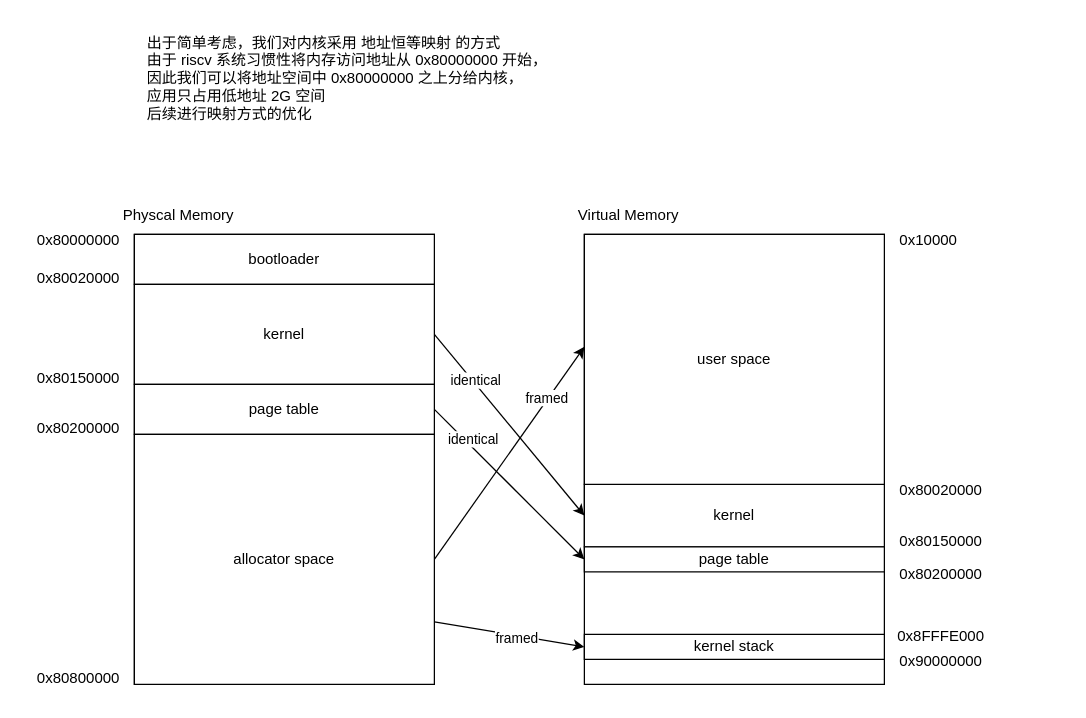
This is page "memory address" (1 of 2) of drawio/mm.drawio from croakexciting/forfun-os, a draw.io file, before an edit. Source tidied: cells renumbered, new cells numbered last; positions are measured from the earlier drawing's top-left corner, leaving out a move shared by most shapes. Both pictures are drawn from the tidied source at 125%, with x=0, y=0 at pixel (21, 21).
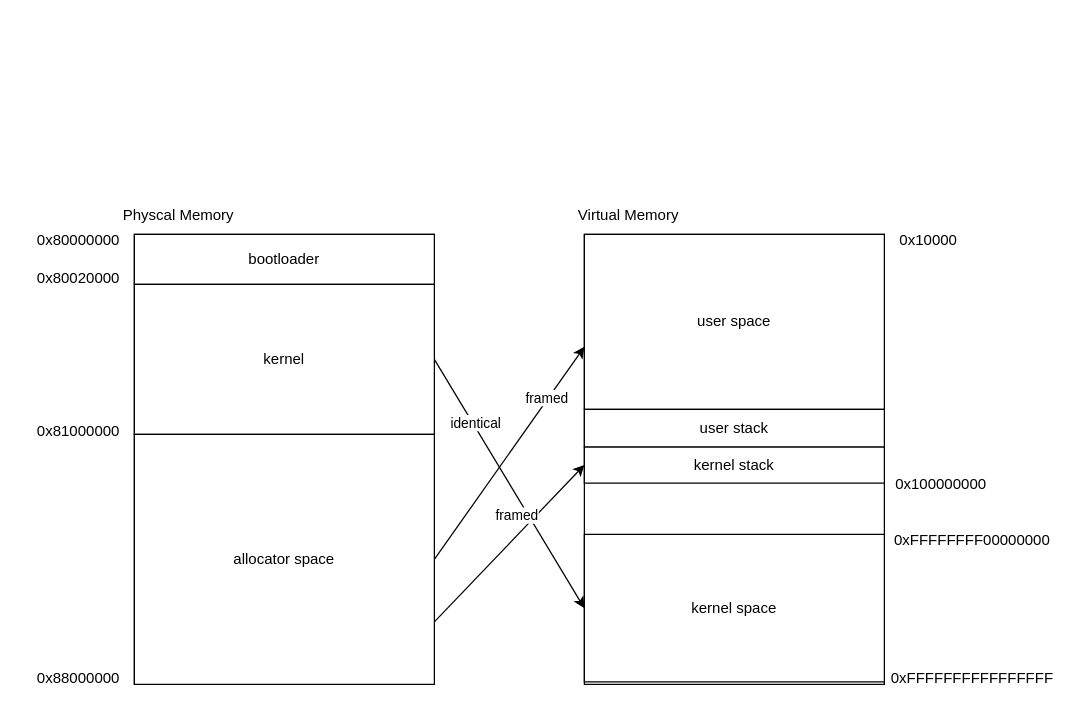
The same page after the edit.

Change to the diagram source:
```diff
@@
-    <mxCell id="3" value="&lt;div style=&quot;text-align: left;&quot;&gt;&lt;span style=&quot;background-color: initial;&quot;&gt;出于简单考虑，我们对内核采用 地址恒等映射 的方式&lt;/span&gt;&lt;/div&gt;&lt;div style=&quot;text-align: left;&quot;&gt;&lt;span style=&quot;background-color: initial;&quot;&gt;由于 riscv 系统习惯性将内存访问地址从 0x80000000 开始，&lt;/span&gt;&lt;/div&gt;&lt;div style=&quot;text-align: left;&quot;&gt;&lt;span style=&quot;background-color: initial;&quot;&gt;因此我们可以将地址空间中 0x80000000 之上分给内核，&lt;/span&gt;&lt;/div&gt;&lt;div style=&quot;text-align: left;&quot;&gt;&lt;span style=&quot;background-color: initial;&quot;&gt;应用只占用低地址 2G 空间&lt;/span&gt;&lt;/div&gt;&lt;div style=&quot;text-align: left;&quot;&gt;&lt;span style=&quot;background-color: initial;&quot;&gt;后续进行映射方式的优化&lt;/span&gt;&lt;/div&gt;" style="text;html=1;align=center;verticalAlign=middle;strokeColor=none;fillColor=none;" parent="1" vertex="1">
-      <mxGeometry x="90" width="340" height="90" as="geometry" />
-    </mxCell>
@@
     <mxCell id="10" value="kernel" style="rounded=0;whiteSpace=wrap;html=1;" parent="1" vertex="1">
-      <mxGeometry x="90" y="210" width="240" height="80" as="geometry" />
+      <mxGeometry x="90" y="210" width="240" height="120" as="geometry" />
     </mxCell>
-    <mxCell id="11" value="0x80150000" style="text;html=1;align=center;verticalAlign=middle;strokeColor=none;fillColor=none;" parent="1" vertex="1">
-      <mxGeometry y="270" width="90" height="30" as="geometry" />
-    </mxCell>
-    <mxCell id="12" style="edgeStyle=none;html=1;exitX=1;exitY=0.5;exitDx=0;exitDy=0;entryX=0;entryY=0.5;entryDx=0;entryDy=0;" parent="1" edge="1" source="16" target="27">
-      <mxGeometry relative="1" as="geometry" />
-    </mxCell>
-    <mxCell id="13" value="identical" style="edgeLabel;html=1;align=center;verticalAlign=middle;" parent="12" vertex="1">
-      <mxGeometry x="-0.69" y="-3" relative="1" as="geometry">
-        <mxPoint x="14" y="3" as="offset" />
-      </mxGeometry>
-    </mxCell>
@@
-    <mxCell id="16" value="page table" style="rounded=0;whiteSpace=wrap;html=1;" parent="1" vertex="1">
-      <mxGeometry x="90" y="290" width="240" height="40" as="geometry" />
-    </mxCell>
-    <mxCell id="17" value="0x80200000" style="text;html=1;align=center;verticalAlign=middle;strokeColor=none;fillColor=none;" parent="1" vertex="1">
-      <mxGeometry y="310" width="90" height="30" as="geometry" />
+    <mxCell id="17" value="0x81000000" style="text;html=1;align=center;verticalAlign=middle;strokeColor=none;fillColor=none;" parent="1" vertex="1">
+      <mxGeometry y="313" width="90" height="30" as="geometry" />
     </mxCell>
@@
-    <mxCell id="21" value="0x80800000" style="text;html=1;align=center;verticalAlign=middle;strokeColor=none;fillColor=none;" parent="1" vertex="1">
+    <mxCell id="21" value="0x88000000" style="text;html=1;align=center;verticalAlign=middle;strokeColor=none;fillColor=none;" parent="1" vertex="1">
       <mxGeometry y="510" width="90" height="30" as="geometry" />
     </mxCell>
@@
-    <mxCell id="25" value="kernel" style="rounded=0;whiteSpace=wrap;html=1;" parent="1" vertex="1">
-      <mxGeometry x="450" y="370" width="240" height="50" as="geometry" />
+    <mxCell id="25" value="kernel space" style="rounded=0;whiteSpace=wrap;html=1;" parent="1" vertex="1">
+      <mxGeometry x="450" y="410" width="240" height="118" as="geometry" />
     </mxCell>
-    <mxCell id="26" value="0x80150000" style="text;html=1;align=center;verticalAlign=middle;strokeColor=none;fillColor=none;" parent="1" vertex="1">
-      <mxGeometry x="690" y="401" width="90" height="30" as="geometry" />
-    </mxCell>
-    <mxCell id="27" value="page table" style="rounded=0;whiteSpace=wrap;html=1;" parent="1" vertex="1">
-      <mxGeometry x="450" y="420" width="240" height="20" as="geometry" />
-    </mxCell>
-    <mxCell id="28" value="0x80020000" style="text;html=1;align=center;verticalAlign=middle;strokeColor=none;fillColor=none;" parent="1" vertex="1">
-      <mxGeometry x="690" y="360" width="90" height="30" as="geometry" />
-    </mxCell>
-    <mxCell id="29" value="0x80200000" style="text;html=1;align=center;verticalAlign=middle;strokeColor=none;fillColor=none;" parent="1" vertex="1">
-      <mxGeometry x="690" y="427" width="90" height="30" as="geometry" />
+    <mxCell id="29" value="0x100000000" style="text;html=1;align=center;verticalAlign=middle;strokeColor=none;fillColor=none;" parent="1" vertex="1">
+      <mxGeometry x="685" y="355" width="100" height="30" as="geometry" />
     </mxCell>
     <mxCell id="30" value="user space" style="rounded=0;whiteSpace=wrap;html=1;" parent="1" vertex="1">
-      <mxGeometry x="450" y="170" width="240" height="200" as="geometry" />
+      <mxGeometry x="450" y="170" width="240" height="140" as="geometry" />
     </mxCell>
     <mxCell id="31" value="kernel stack" style="rounded=0;whiteSpace=wrap;html=1;" parent="1" vertex="1">
-      <mxGeometry x="450" y="490" width="240" height="20" as="geometry" />
+      <mxGeometry x="450" y="340" width="240" height="29" as="geometry" />
     </mxCell>
-    <mxCell id="32" value="0x90000000" style="text;html=1;align=center;verticalAlign=middle;strokeColor=none;fillColor=none;" parent="1" vertex="1">
-      <mxGeometry x="690" y="497" width="90" height="30" as="geometry" />
-    </mxCell>
-    <mxCell id="33" value="0x8FFFE000" style="text;html=1;align=center;verticalAlign=middle;strokeColor=none;fillColor=none;" parent="1" vertex="1">
-      <mxGeometry x="690" y="477" width="90" height="30" as="geometry" />
+    <mxCell id="33" value="0xFFFFFFFF00000000" style="text;html=1;align=center;verticalAlign=middle;strokeColor=none;fillColor=none;" parent="1" vertex="1">
+      <mxGeometry x="685" y="400" width="150" height="30" as="geometry" />
     </mxCell>
+    <mxCell id="34" value="0xFFFFFFFFFFFFFFFF" style="text;html=1;align=center;verticalAlign=middle;strokeColor=none;fillColor=none;" parent="1" vertex="1">
+      <mxGeometry x="685" y="510" width="150" height="30" as="geometry" />
+    </mxCell>
+    <mxCell id="35" value="user stack" style="rounded=0;whiteSpace=wrap;html=1;" parent="1" vertex="1">
+      <mxGeometry x="450" y="310" width="240" height="30" as="geometry" />
+    </mxCell>
```
